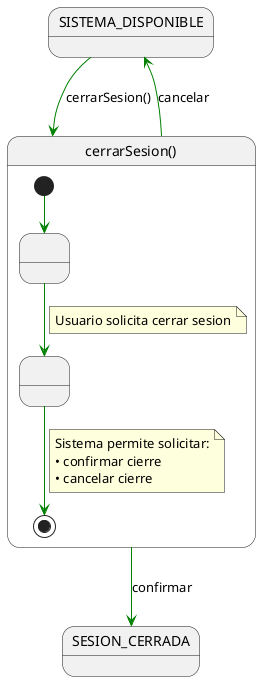
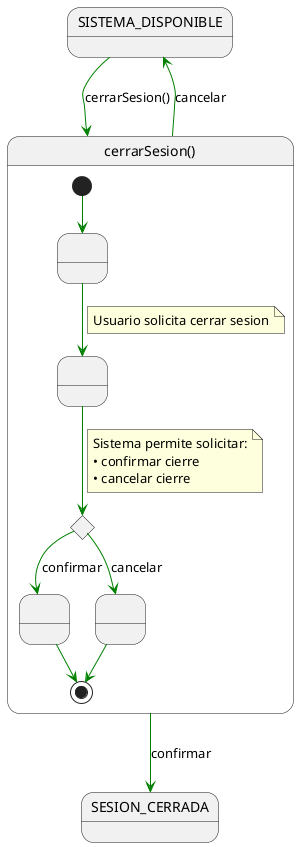
@startuml cerrarSesion
top to bottom direction
skinparam classAttributeIconSize 0
skinparam ArrowColor Green

state "SISTEMA_DISPONIBLE" as SISTEMA_DISPONIBLE
state "SESION_CERRADA" as SESION_CERRADA

state "cerrarSesion()" as UC {

  [*] --> N1

  state " " as N1
  state " " as N2
+   state " " as END_OK
+   state " " as END_NO
+ 
+   state D1 <<choice>>

  N1 --> N2
  note on link
  Usuario solicita cerrar sesion
  end note

-   N2 --> [*]
+   N2 --> D1
  note on link
  Sistema permite solicitar:
  • confirmar cierre
  • cancelar cierre
  end note
+ 
+   D1 --> END_OK : confirmar
+   D1 --> END_NO : cancelar
+ 
+   END_OK --> [*]
+   END_NO --> [*]
}

SISTEMA_DISPONIBLE --> UC : cerrarSesion()
UC --> SESION_CERRADA : confirmar
UC --> SISTEMA_DISPONIBLE : cancelar

@enduml
